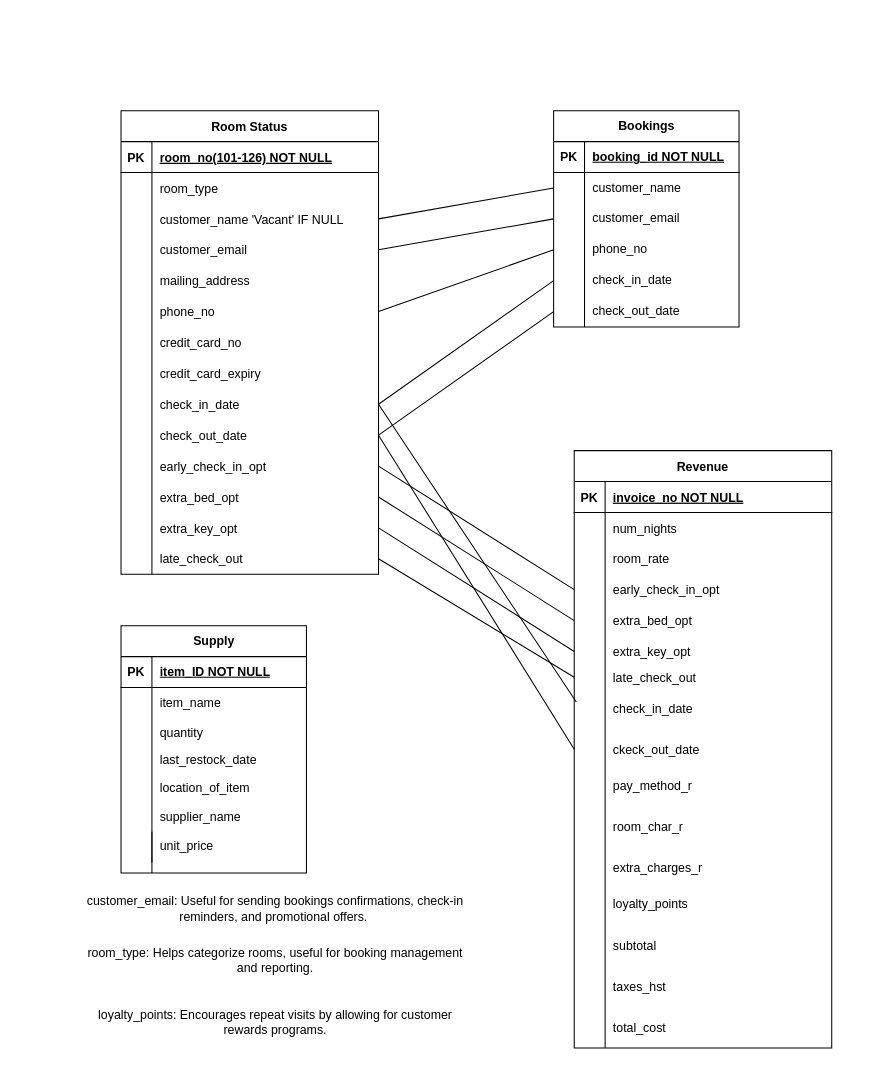
The draw.io diagram QAP4 SG8 Sleep-Tite Motel/SleepTiteERD.drawio in ZCollier-dev/keyin-qap4-zc, before the edit. Source tidied: cells renumbered, new cells numbered last; positions are measured from the earlier drawing's top-left corner, leaving out a move shared by most shapes. Both pictures are drawn from the tidied source at 103%, with x=0, y=0 at pixel (79, 110).
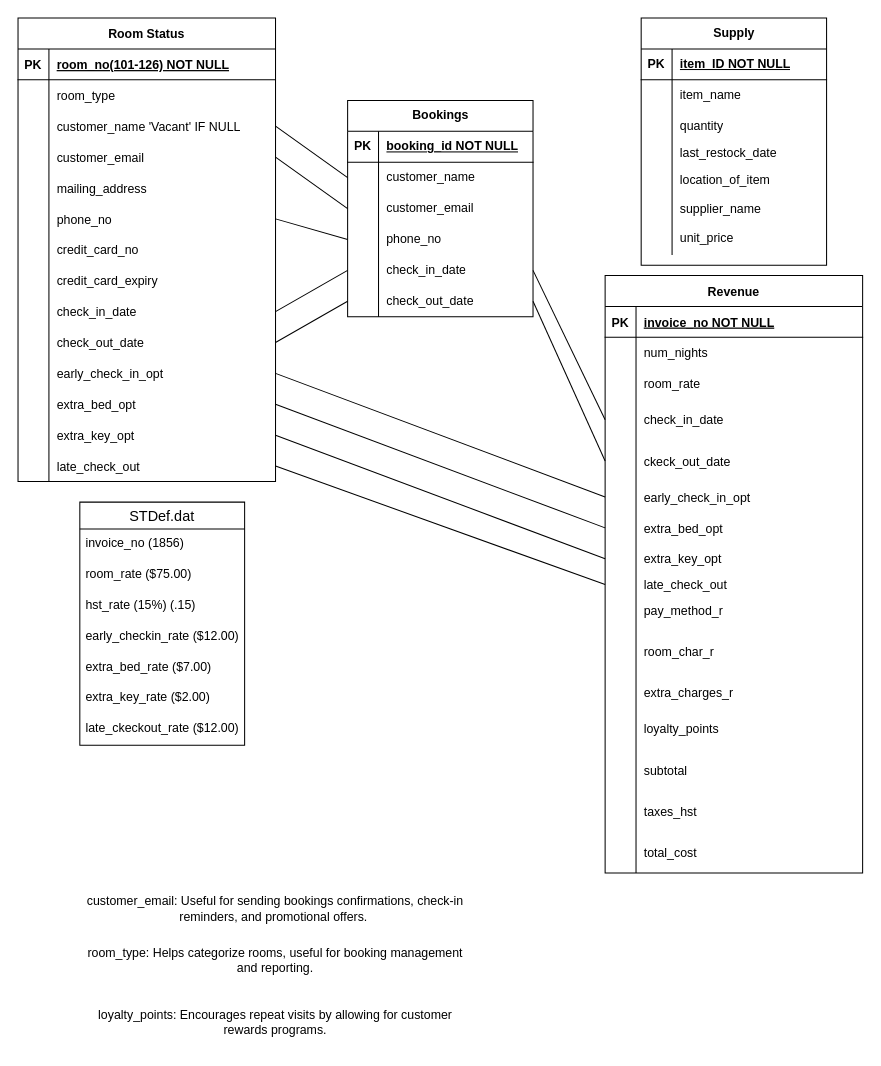
Above is the later version.

Commit message:
Cleaned up ERD, added STDef.dat table to ERD

Unchanged cells that the change refers to:
```xml
<mxCell id="27" style="shape=partialRectangle;fillColor=none;points=[[0,0.5],[1,0.5]];portConstraint=eastwest;top=0;left=0;right=0;bottom=0;" parent="2" vertex="1">
  <mxGeometry y="270" width="250" height="30" as="geometry" />
</mxCell>
<mxCell id="30" style="shape=partialRectangle;fillColor=none;points=[[0,0.5],[1,0.5]];portConstraint=eastwest;top=0;left=0;right=0;bottom=0;" parent="2" vertex="1">
  <mxGeometry y="300" width="250" height="30" as="geometry" />
</mxCell>
<mxCell id="58" style="shape=tableRow;horizontal=0;startSize=0;swimlaneHead=0;swimlaneBody=0;fillColor=none;points=[[0,0.5],[1,0.5]];portConstraint=eastwest;top=0;left=0;right=0;bottom=0;" parent="45" vertex="1">
  <mxGeometry y="150" width="180" height="30" as="geometry" />
</mxCell>
<mxCell id="61" style="shape=tableRow;horizontal=0;startSize=0;swimlaneHead=0;swimlaneBody=0;fillColor=none;points=[[0,0.5],[1,0.5]];portConstraint=eastwest;top=0;left=0;right=0;bottom=0;" parent="45" vertex="1">
  <mxGeometry y="180" width="180" height="30" as="geometry" />
</mxCell>
```

Diff of the diagram source:
```diff
@@
     <mxCell id="2" value="Room Status" style="shape=table;startSize=30;childLayout=tableLayout;rowLines=0;fontStyle=1;align=center;" parent="1" vertex="1">
-      <mxGeometry x="40" width="250" height="450" as="geometry" />
+      <mxGeometry x="-60" y="-90" width="250" height="450" as="geometry" />
     </mxCell>
@@
     <mxCell id="45" value="Bookings" style="shape=table;startSize=30;childLayout=tableLayout;rowLines=0;fontStyle=1;align=center;html=1;" parent="1" vertex="1">
-      <mxGeometry x="460" width="180" height="210" as="geometry" />
+      <mxGeometry x="260" y="-10" width="180" height="210" as="geometry" />
     </mxCell>
@@
     <mxCell id="64" value="Revenue" style="shape=table;startSize=30;childLayout=tableLayout;rowLines=0;fontStyle=1;align=center;" parent="1" vertex="1">
-      <mxGeometry x="480" y="330" width="250" height="580" as="geometry" />
+      <mxGeometry x="510" y="160" width="250" height="580" as="geometry" />
     </mxCell>
@@
+    <mxCell id="86" style="shape=partialRectangle;fillColor=none;points=[[0,0.5],[1,0.5]];portConstraint=eastwest;top=0;left=0;right=0;bottom=0;" parent="64" vertex="1">
+      <mxGeometry y="120" width="250" height="40" as="geometry" />
+    </mxCell>
+    <mxCell id="87" style="shape=partialRectangle;overflow=hidden;fillColor=none;top=0;left=0;bottom=0;right=0;" parent="86" vertex="1">
+      <mxGeometry width="30" height="40" as="geometry" />
+    </mxCell>
+    <mxCell id="88" value="check_in_date" style="shape=partialRectangle;overflow=hidden;fillColor=none;top=0;left=0;bottom=0;right=0;align=left;spacingLeft=6;" parent="86" vertex="1">
+      <mxGeometry x="30" width="220" height="40" as="geometry" />
+    </mxCell>
+    <mxCell id="89" style="shape=partialRectangle;fillColor=none;points=[[0,0.5],[1,0.5]];portConstraint=eastwest;top=0;left=0;right=0;bottom=0;" parent="64" vertex="1">
+      <mxGeometry y="160" width="250" height="40" as="geometry" />
+    </mxCell>
+    <mxCell id="90" style="shape=partialRectangle;overflow=hidden;fillColor=none;top=0;left=0;bottom=0;right=0;" parent="89" vertex="1">
+      <mxGeometry width="30" height="40" as="geometry" />
+    </mxCell>
+    <mxCell id="91" value="ckeck_out_date" style="shape=partialRectangle;overflow=hidden;fillColor=none;top=0;left=0;bottom=0;right=0;align=left;spacingLeft=6;" parent="89" vertex="1">
+      <mxGeometry x="30" width="220" height="40" as="geometry" />
+    </mxCell>
     <mxCell id="74" style="shape=partialRectangle;fillColor=none;points=[[0,0.5],[1,0.5]];portConstraint=eastwest;top=0;left=0;right=0;bottom=0;" parent="64" vertex="1">
-      <mxGeometry y="120" width="250" height="30" as="geometry" />
+      <mxGeometry y="200" width="250" height="30" as="geometry" />
     </mxCell>
@@
     <mxCell id="77" style="shape=partialRectangle;fillColor=none;points=[[0,0.5],[1,0.5]];portConstraint=eastwest;top=0;left=0;right=0;bottom=0;" parent="64" vertex="1">
-      <mxGeometry y="150" width="250" height="30" as="geometry" />
+      <mxGeometry y="230" width="250" height="30" as="geometry" />
     </mxCell>
@@
     <mxCell id="80" style="shape=partialRectangle;fillColor=none;points=[[0,0.5],[1,0.5]];portConstraint=eastwest;top=0;left=0;right=0;bottom=0;" parent="64" vertex="1">
-      <mxGeometry y="180" width="250" height="30" as="geometry" />
+      <mxGeometry y="260" width="250" height="30" as="geometry" />
     </mxCell>
@@
     <mxCell id="83" style="shape=partialRectangle;fillColor=none;points=[[0,0.5],[1,0.5]];portConstraint=eastwest;top=0;left=0;right=0;bottom=0;" parent="64" vertex="1">
-      <mxGeometry y="210" width="250" height="20" as="geometry" />
+      <mxGeometry y="290" width="250" height="20" as="geometry" />
     </mxCell>
@@
-    <mxCell id="86" style="shape=partialRectangle;fillColor=none;points=[[0,0.5],[1,0.5]];portConstraint=eastwest;top=0;left=0;right=0;bottom=0;" parent="64" vertex="1">
-      <mxGeometry y="230" width="250" height="40" as="geometry" />
-    </mxCell>
-    <mxCell id="87" style="shape=partialRectangle;overflow=hidden;fillColor=none;top=0;left=0;bottom=0;right=0;" parent="86" vertex="1">
-      <mxGeometry width="30" height="40" as="geometry" />
-    </mxCell>
-    <mxCell id="88" value="check_in_date" style="shape=partialRectangle;overflow=hidden;fillColor=none;top=0;left=0;bottom=0;right=0;align=left;spacingLeft=6;" parent="86" vertex="1">
-      <mxGeometry x="30" width="220" height="40" as="geometry" />
-    </mxCell>
-    <mxCell id="89" style="shape=partialRectangle;fillColor=none;points=[[0,0.5],[1,0.5]];portConstraint=eastwest;top=0;left=0;right=0;bottom=0;" parent="64" vertex="1">
-      <mxGeometry y="270" width="250" height="40" as="geometry" />
-    </mxCell>
-    <mxCell id="90" style="shape=partialRectangle;overflow=hidden;fillColor=none;top=0;left=0;bottom=0;right=0;" parent="89" vertex="1">
-      <mxGeometry width="30" height="40" as="geometry" />
-    </mxCell>
-    <mxCell id="91" value="ckeck_out_date" style="shape=partialRectangle;overflow=hidden;fillColor=none;top=0;left=0;bottom=0;right=0;align=left;spacingLeft=6;" parent="89" vertex="1">
-      <mxGeometry x="30" width="220" height="40" as="geometry" />
-    </mxCell>
@@
     <mxCell id="113" value="Supply" style="shape=table;startSize=30;childLayout=tableLayout;rowLines=0;fontStyle=1;align=center;html=1;" parent="1" vertex="1">
-      <mxGeometry x="40" y="500" width="180" height="240" as="geometry" />
+      <mxGeometry x="545" y="-90" width="180" height="240" as="geometry" />
     </mxCell>
@@
-    <mxCell id="132" style="endArrow=none;html=1;rounded=0;" parent="1" edge="1">
-      <mxGeometry relative="1" as="geometry">
-        <mxPoint x="70" y="740" as="sourcePoint" />
-        <mxPoint x="70" y="700" as="targetPoint" />
-      </mxGeometry>
-    </mxCell>
@@
-    <mxCell id="137" style="endArrow=none;html=1;entryX=1;entryY=0.5;entryDx=0;entryDy=0;exitX=0;exitY=0.5;exitDx=0;exitDy=0;" parent="1" edge="1" source="89" target="30">
+    <mxCell id="137" style="endArrow=none;html=1;entryX=1;entryY=0.5;entryDx=0;entryDy=0;exitX=0;exitY=0.5;exitDx=0;exitDy=0;" parent="1" edge="1" source="89" target="61">
       <mxGeometry relative="1" as="geometry" />
     </mxCell>
-    <mxCell id="138" style="endArrow=none;html=1;entryX=1;entryY=0.5;entryDx=0;entryDy=0;exitX=0.008;exitY=0.35;exitDx=0;exitDy=0;exitPerimeter=0;" parent="1" edge="1" source="86" target="27">
+    <mxCell id="138" style="endArrow=none;html=1;entryX=1;entryY=0.5;entryDx=0;entryDy=0;exitX=0;exitY=0.5;exitDx=0;exitDy=0;" parent="1" edge="1" source="86" target="58">
       <mxGeometry relative="1" as="geometry" />
     </mxCell>
@@
+    <mxCell id="144" value="STDef.dat" style="swimlane;fontStyle=0;horizontal=1;startSize=26;align=center;fontSize=14;" parent="1" vertex="1">
+      <mxGeometry y="380" width="160" height="236" as="geometry" />
+    </mxCell>
+    <mxCell id="145" value="invoice_no (1856)" style="text;strokeColor=none;fillColor=none;spacingLeft=4;spacingRight=4;overflow=hidden;fontSize=12;" parent="144" vertex="1">
+      <mxGeometry y="26" width="160" height="30" as="geometry" />
+    </mxCell>
+    <mxCell id="146" value="room_rate ($75.00)" style="text;strokeColor=none;fillColor=none;spacingLeft=4;spacingRight=4;overflow=hidden;fontSize=12;" parent="144" vertex="1">
+      <mxGeometry y="56" width="160" height="30" as="geometry" />
+    </mxCell>
+    <mxCell id="147" value="hst_rate (15%) (.15)" style="text;strokeColor=none;fillColor=none;spacingLeft=4;spacingRight=4;overflow=hidden;fontSize=12;" parent="144" vertex="1">
+      <mxGeometry y="86" width="160" height="30" as="geometry" />
+    </mxCell>
+    <mxCell id="148" value="early_checkin_rate ($12.00)" style="text;strokeColor=none;fillColor=none;spacingLeft=4;spacingRight=4;overflow=hidden;fontSize=12;" parent="144" vertex="1">
+      <mxGeometry y="116" width="160" height="30" as="geometry" />
+    </mxCell>
+    <mxCell id="149" value="extra_bed_rate ($7.00)" style="text;strokeColor=none;fillColor=none;spacingLeft=4;spacingRight=4;overflow=hidden;fontSize=12;" parent="144" vertex="1">
+      <mxGeometry y="146" width="160" height="30" as="geometry" />
+    </mxCell>
+    <mxCell id="150" value="extra_key_rate ($2.00)" style="text;strokeColor=none;fillColor=none;spacingLeft=4;spacingRight=4;overflow=hidden;fontSize=12;" parent="144" vertex="1">
+      <mxGeometry y="176" width="160" height="30" as="geometry" />
+    </mxCell>
+    <mxCell id="151" value="late_ckeckout_rate ($12.00)" style="text;strokeColor=none;fillColor=none;spacingLeft=4;spacingRight=4;overflow=hidden;fontSize=12;" parent="144" vertex="1">
+      <mxGeometry y="206" width="160" height="30" as="geometry" />
+    </mxCell>
```
